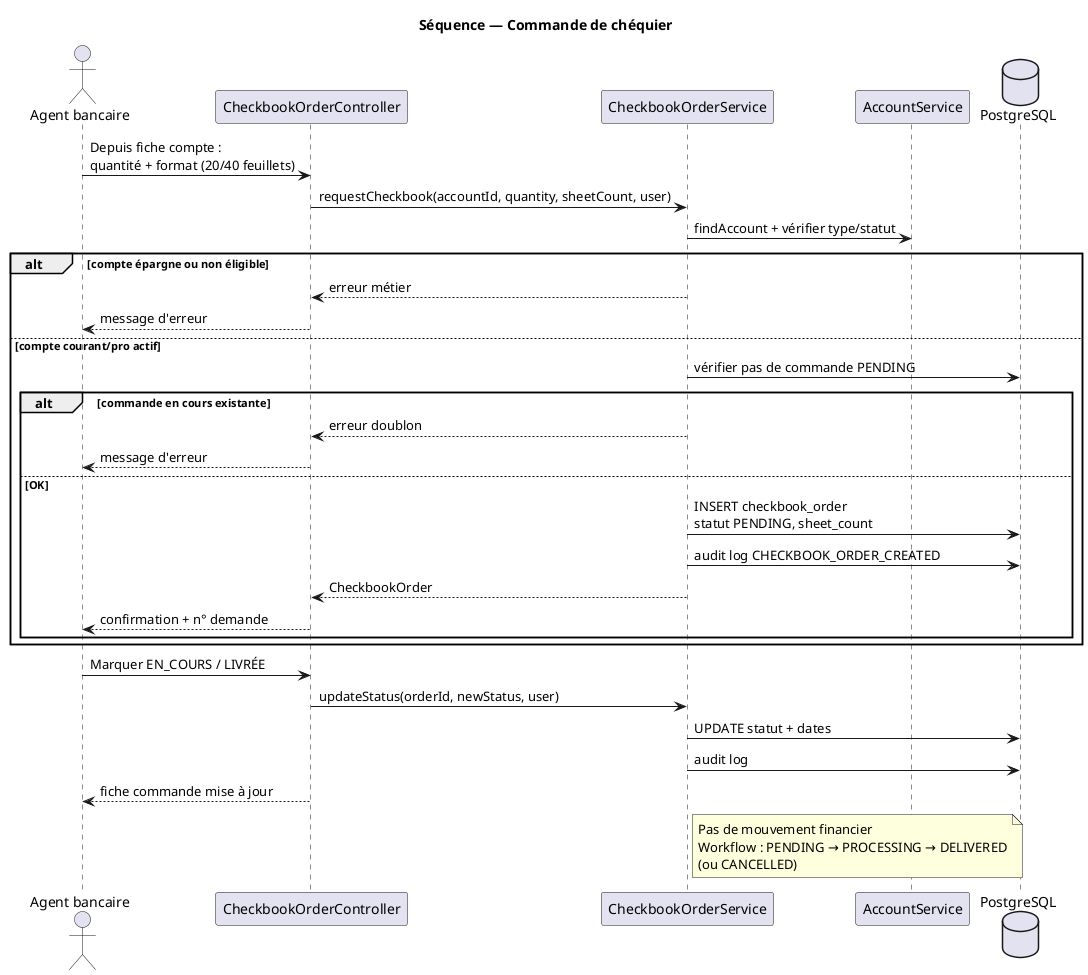
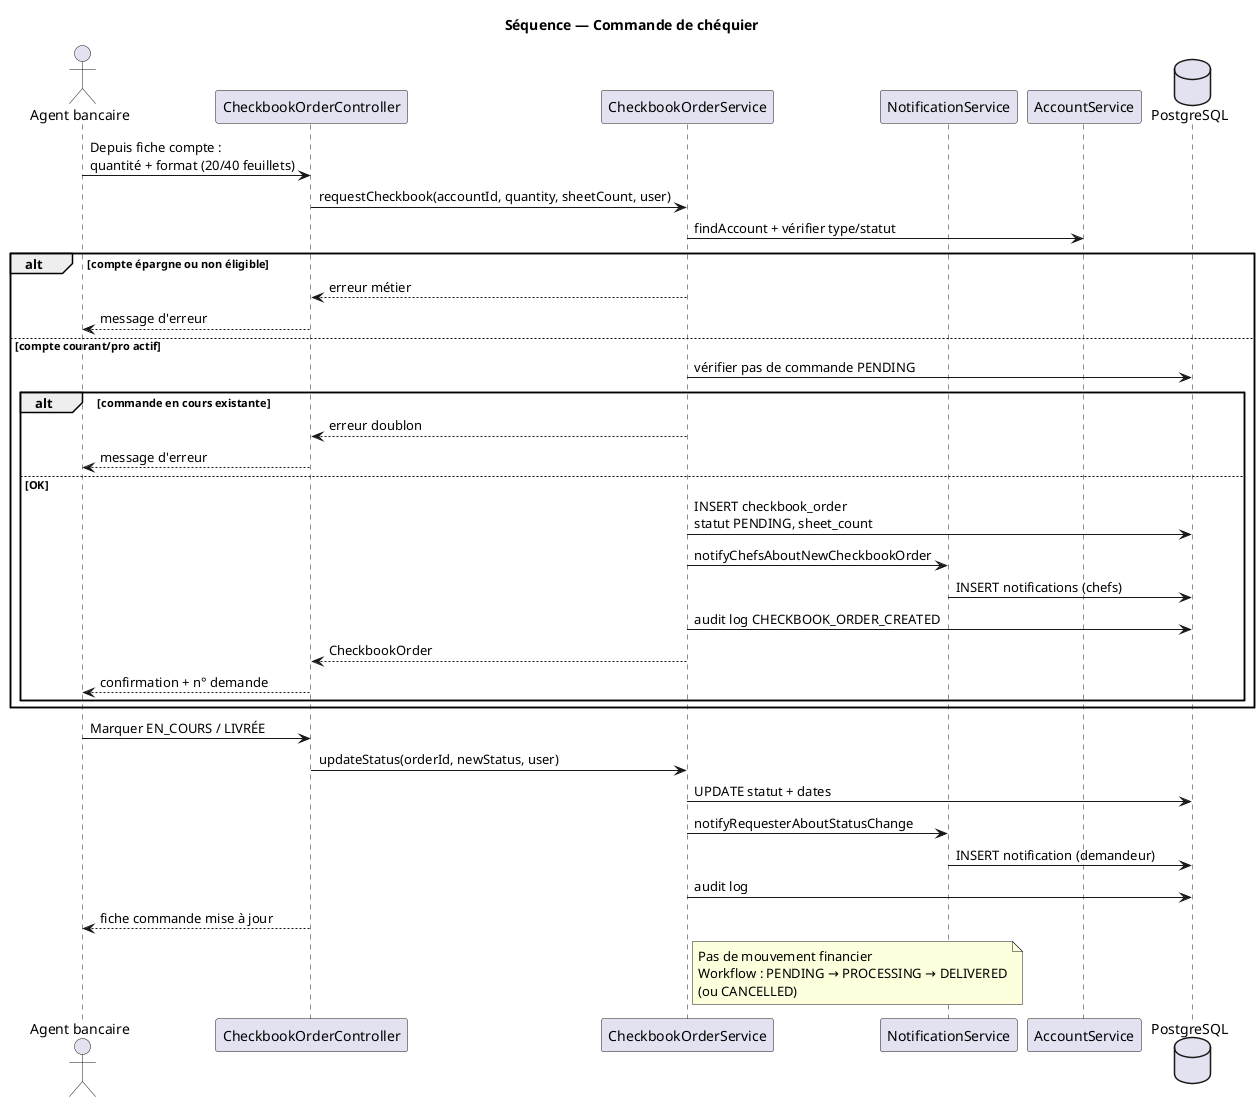
@startuml 07-commande-chequier
skinparam shadowing false
skinparam responseMessageBelowArrow true

title Séquence — Commande de chéquier

actor "Agent bancaire" as agent
participant "CheckbookOrderController" as ctrl
participant "CheckbookOrderService" as svc
+ participant "NotificationService" as notif
participant "AccountService" as acc
database "PostgreSQL" as db

agent -> ctrl : Depuis fiche compte :\nquantité + format (20/40 feuillets)
ctrl -> svc : requestCheckbook(accountId, quantity, sheetCount, user)

svc -> acc : findAccount + vérifier type/statut
alt compte épargne ou non éligible
  svc --> ctrl : erreur métier
  ctrl --> agent : message d'erreur
else compte courant/pro actif
  svc -> db : vérifier pas de commande PENDING
  alt commande en cours existante
    svc --> ctrl : erreur doublon
    ctrl --> agent : message d'erreur
  else OK
    svc -> db : INSERT checkbook_order\nstatut PENDING, sheet_count
+     svc -> notif : notifyChefsAboutNewCheckbookOrder
+     notif -> db : INSERT notifications (chefs)
    svc -> db : audit log CHECKBOOK_ORDER_CREATED
    svc --> ctrl : CheckbookOrder
    ctrl --> agent : confirmation + n° demande
  end
end

agent -> ctrl : Marquer EN_COURS / LIVRÉE
ctrl -> svc : updateStatus(orderId, newStatus, user)
svc -> db : UPDATE statut + dates
+ svc -> notif : notifyRequesterAboutStatusChange
+ notif -> db : INSERT notification (demandeur)
svc -> db : audit log
ctrl --> agent : fiche commande mise à jour

note right of svc
  Pas de mouvement financier
  Workflow : PENDING → PROCESSING → DELIVERED
  (ou CANCELLED)
end note

@enduml
